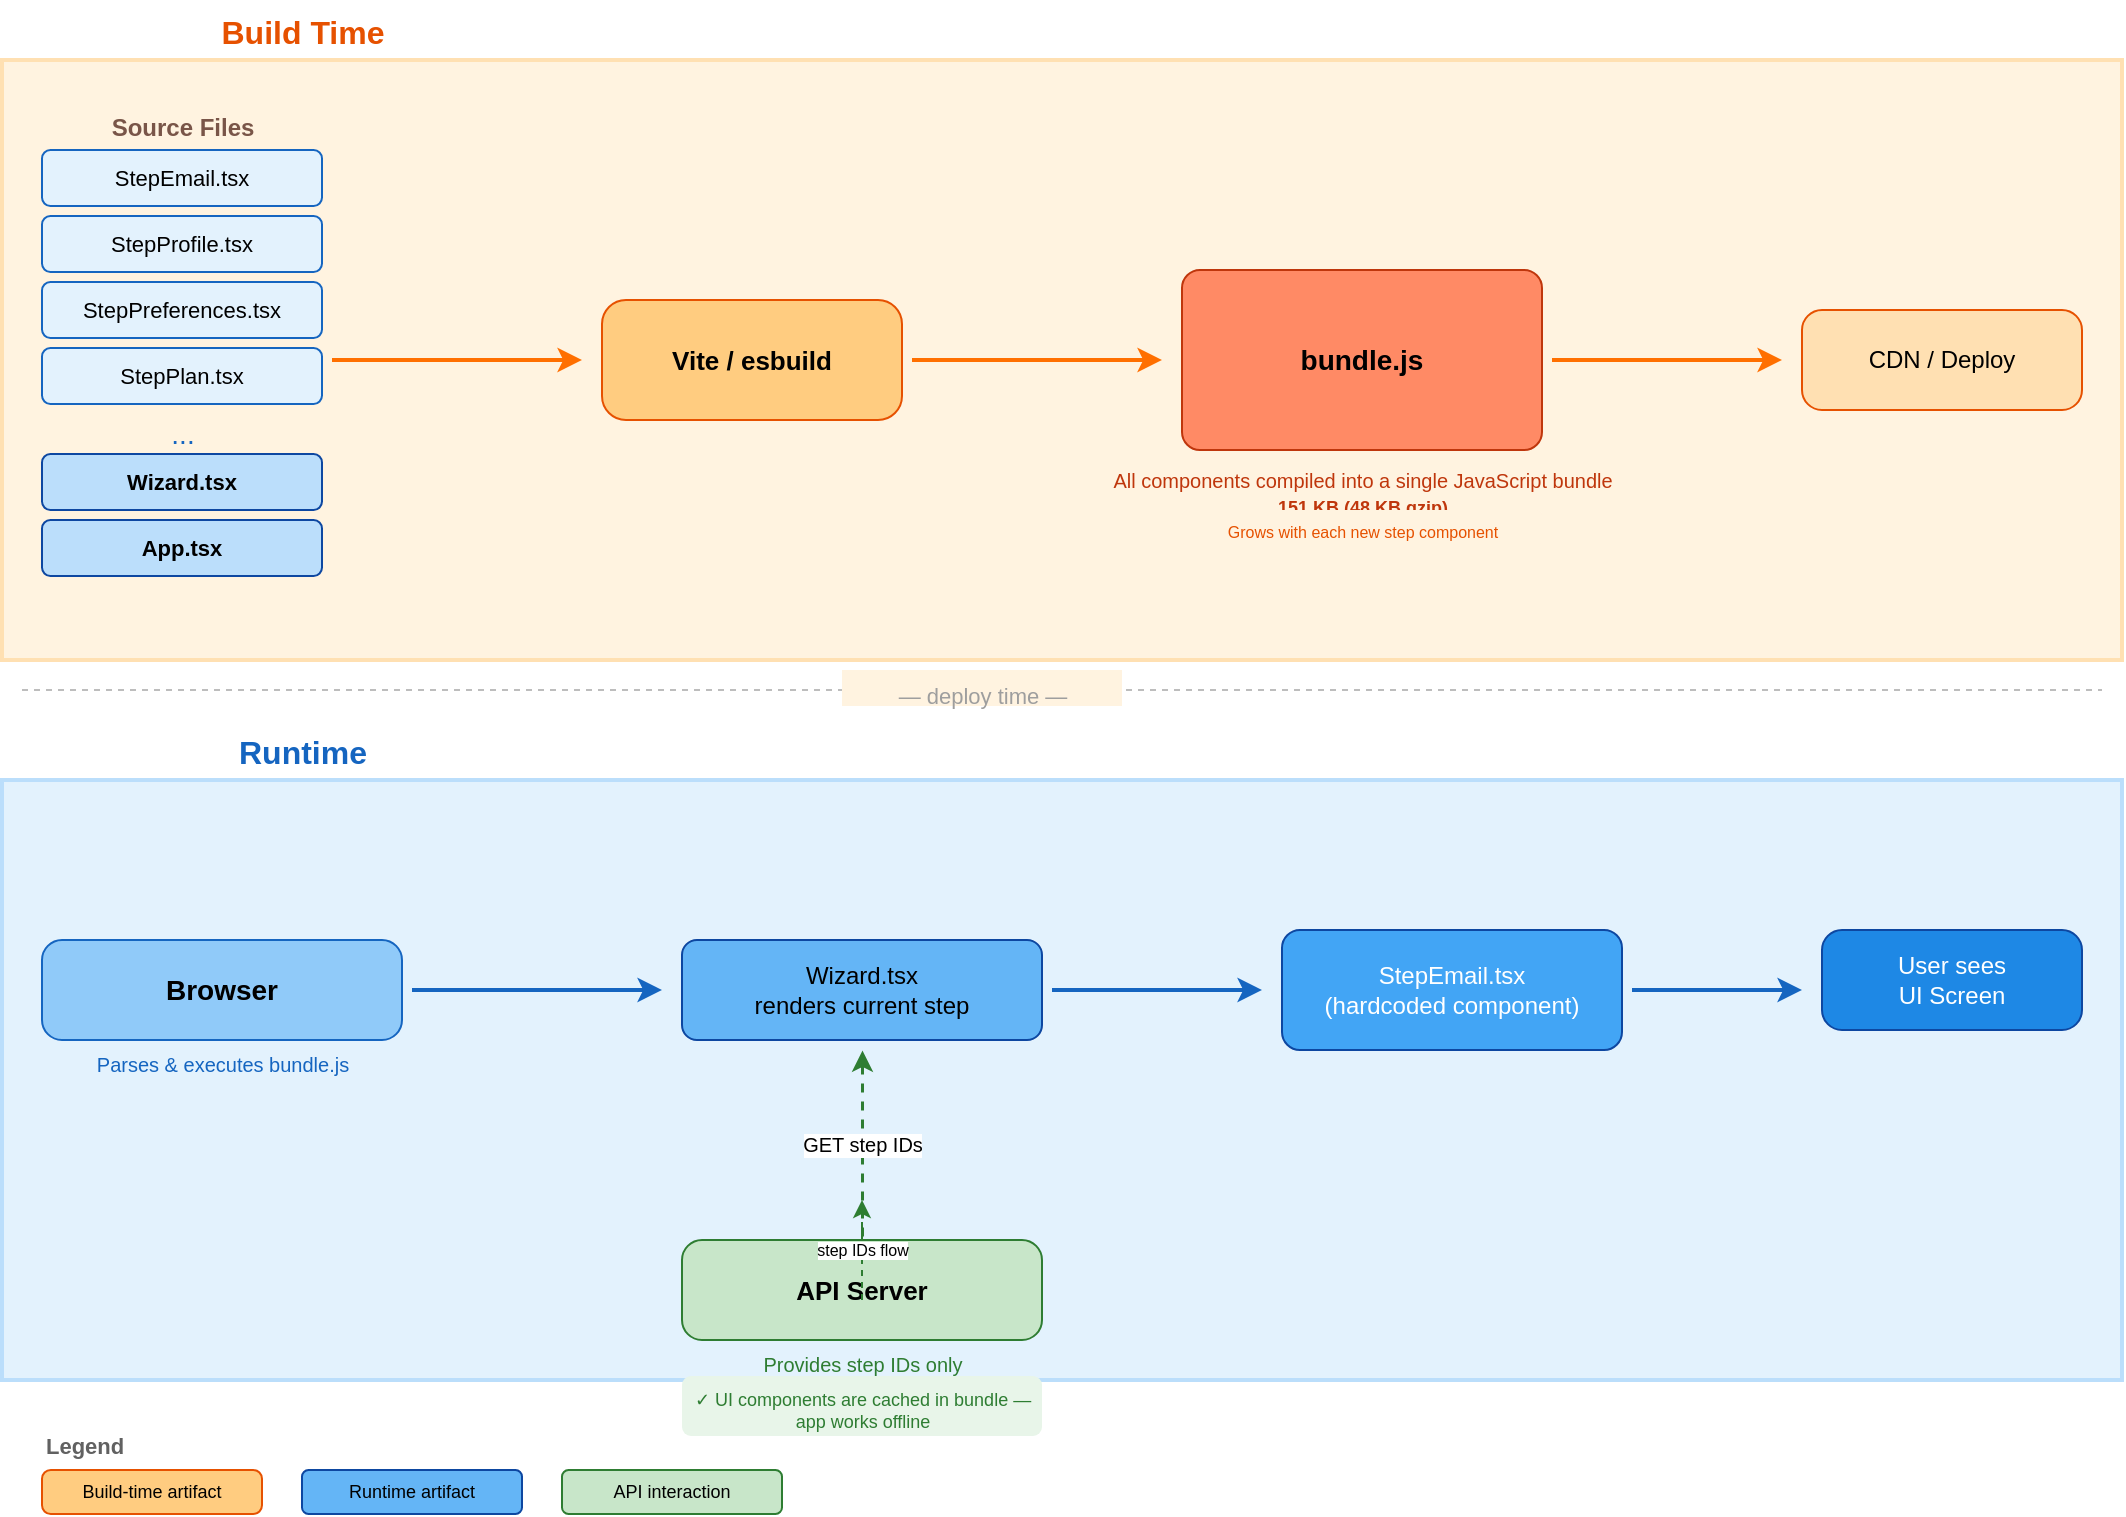
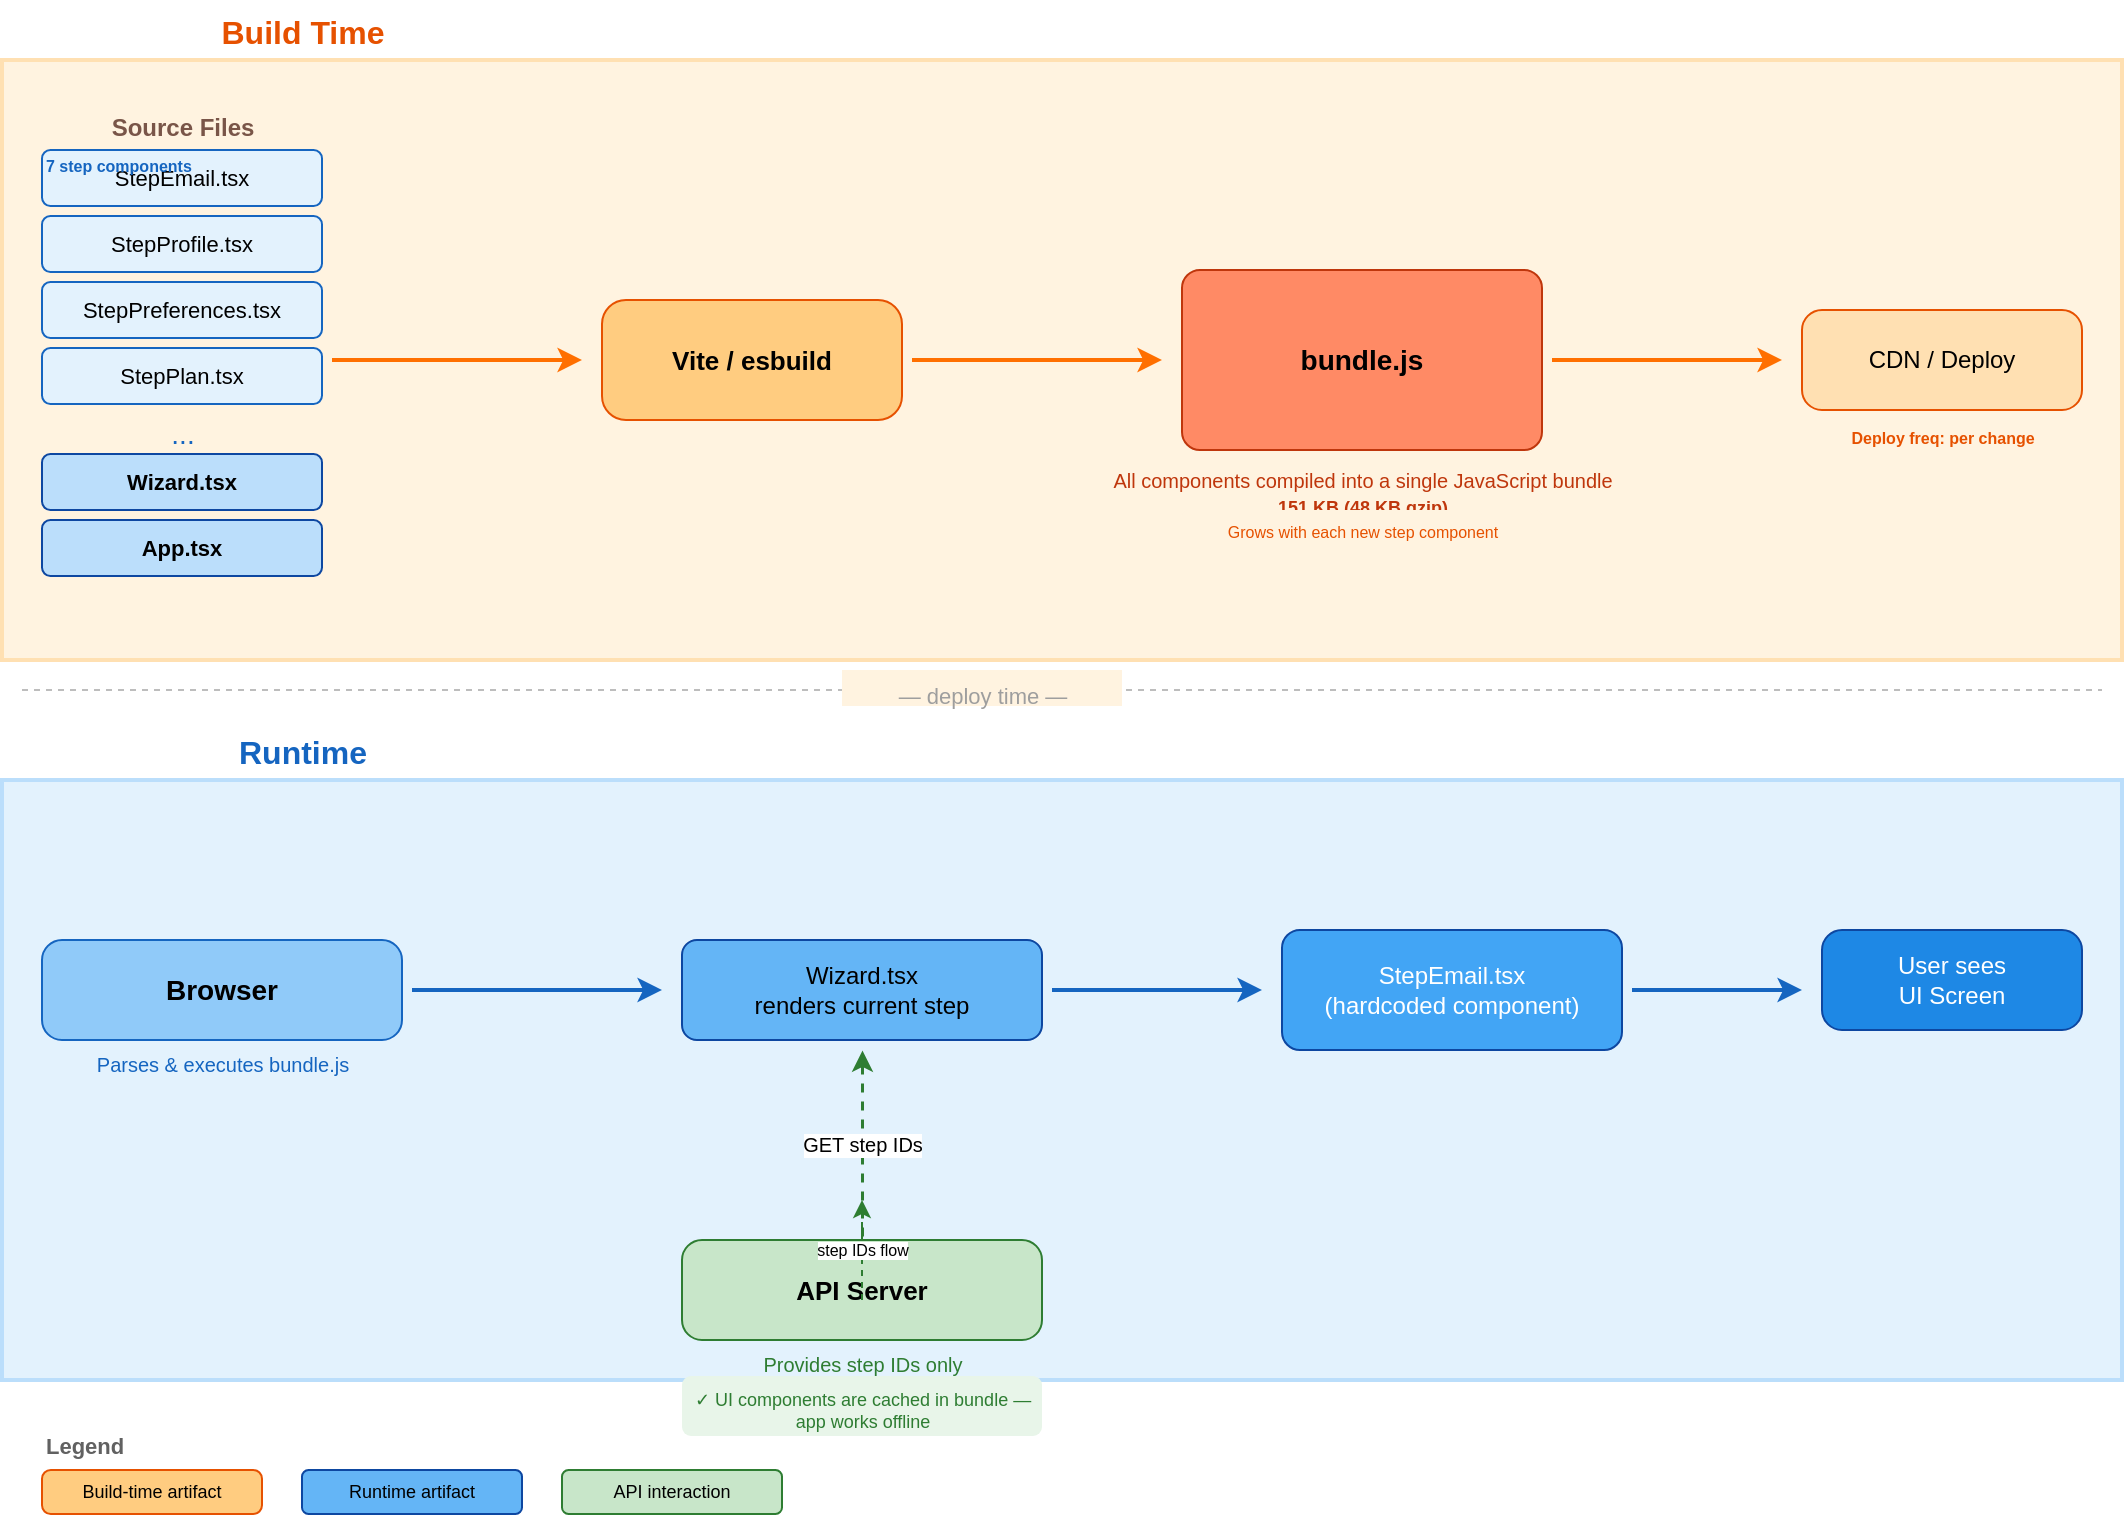
<mxfile host="app.diagrams.net" modified="2026-07-02T09:00:00Z" agent="Mozilla/5.0" version="24.2.5">
  <diagram id="flow" name="Architecture Flow">
    <mxGraphModel dx="0" dy="0" grid="1" gridSize="10" guides="1" tooltips="1" connect="1" arrows="1" fold="1" page="1" pageScale="1" pageWidth="1100" pageHeight="850" math="0" shadow="0">
      <root>
        <mxCell id="0" />
        <mxCell id="1" parent="0" />

        <!-- Section: Build Time -->
        <mxCell id="s-build" value="Build Time" style="text;html=1;strokeColor=none;fillColor=none;align=center;fontSize=16;fontStyle=1;fontColor=#e65100;" vertex="1" parent="1">
          <mxGeometry x="20" y="10" width="300" height="30" as="geometry" />
        </mxCell>

        <mxCell id="bg-build" value="" style="rounded=0;whiteSpace=window;fillColor=#fff3e0;strokeColor=#ffe0b2;strokeWidth=2;fontSize=12;html=1;" vertex="1" parent="1">
          <mxGeometry x="20" y="40" width="1060" height="300" as="geometry" />
        </mxCell>

        <!-- Source files column -->
        <mxCell id="src-label" value="Source Files" style="text;html=1;strokeColor=none;fillColor=none;align=center;fontSize=12;fontColor=#795548;fontStyle=1;" vertex="1" parent="1">
          <mxGeometry x="40" y="60" width="140" height="20" as="geometry" />
        </mxCell>

        <mxCell id="src-step-email" value="StepEmail.tsx" style="rounded=1;whiteSpace=wrap;html=1;fillColor=#e3f2fd;strokeColor=#1565c0;fontSize=11;" vertex="1" parent="1">
          <mxGeometry x="40" y="85" width="140" height="28" as="geometry" />
        </mxCell>

        <mxCell id="src-step-profile" value="StepProfile.tsx" style="rounded=1;whiteSpace=wrap;html=1;fillColor=#e3f2fd;strokeColor=#1565c0;fontSize=11;" vertex="1" parent="1">
          <mxGeometry x="40" y="118" width="140" height="28" as="geometry" />
        </mxCell>

        <mxCell id="src-step-prefs" value="StepPreferences.tsx" style="rounded=1;whiteSpace=wrap;html=1;fillColor=#e3f2fd;strokeColor=#1565c0;fontSize=11;" vertex="1" parent="1">
          <mxGeometry x="40" y="151" width="140" height="28" as="geometry" />
        </mxCell>

        <mxCell id="src-step-plan" value="StepPlan.tsx" style="rounded=1;whiteSpace=wrap;html=1;fillColor=#e3f2fd;strokeColor=#1565c0;fontSize=11;" vertex="1" parent="1">
          <mxGeometry x="40" y="184" width="140" height="28" as="geometry" />
        </mxCell>

        <mxCell id="src-ellipsis" value="..." style="text;html=1;strokeColor=none;fillColor=none;align=center;fontSize=14;fontColor=#1565c0;" vertex="1" parent="1">
          <mxGeometry x="40" y="212" width="140" height="20" as="geometry" />
        </mxCell>

+         <mxCell id="src-count" value="7 step components" style="text;html=1;strokeColor=none;fillColor=none;align=left;fontSize=8;fontColor=#1565c0;fontStyle=1;" vertex="1" parent="1">
+           <mxGeometry x="40" y="82" width="140" height="14" as="geometry" />
+         </mxCell>
+ 
        <mxCell id="src-wizard" value="Wizard.tsx" style="rounded=1;whiteSpace=wrap;html=1;fillColor=#bbdefb;strokeColor=#0d47a1;fontSize=11;fontStyle=1;" vertex="1" parent="1">
          <mxGeometry x="40" y="237" width="140" height="28" as="geometry" />
        </mxCell>

        <mxCell id="src-app" value="App.tsx" style="rounded=1;whiteSpace=wrap;html=1;fillColor=#bbdefb;strokeColor=#0d47a1;fontSize=11;fontStyle=1;" vertex="1" parent="1">
          <mxGeometry x="40" y="270" width="140" height="28" as="geometry" />
        </mxCell>

        <!-- Arrow: source files → build tool -->
        <mxCell id="arrow-src-build" value="" style="edgeStyle=orthogonalEdgeStyle;rounded=0;orthogonalLoop=1;jettySize=auto;html=1;exitX=1;exitY=0.5;entryX=0;entryY=0.5;strokeWidth=2;strokeColor=#ff6f00;" edge="1" parent="1">
          <mxGeometry relative="1" as="geometry">
            <mxPoint x="185" y="190" as="sourcePoint" />
            <mxPoint x="310" y="190" as="targetPoint" />
          </mxGeometry>
        </mxCell>

        <!-- Build tool -->
        <mxCell id="build-tool" value="Vite / esbuild" style="rounded=1;whiteSpace=wrap;html=1;fillColor=#ffcc80;strokeColor=#e65100;fontSize=13;fontStyle=1;arcSize=20;" vertex="1" parent="1">
          <mxGeometry x="320" y="160" width="150" height="60" as="geometry" />
        </mxCell>

        <!-- Arrow: build tool → bundle -->
        <mxCell id="arrow-build-bundle" value="" style="edgeStyle=orthogonalEdgeStyle;rounded=0;orthogonalLoop=1;jettySize=auto;html=1;exitX=1;exitY=0.5;entryX=0;entryY=0.5;strokeWidth=2;strokeColor=#ff6f00;" edge="1" parent="1">
          <mxGeometry relative="1" as="geometry">
            <mxPoint x="475" y="190" as="sourcePoint" />
            <mxPoint x="600" y="190" as="targetPoint" />
          </mxGeometry>
        </mxCell>

        <!-- Bundle -->
        <mxCell id="bundle" value="bundle.js" style="rounded=1;whiteSpace=wrap;html=1;fillColor=#ff8a65;strokeColor=#bf360c;fontSize=14;fontStyle=1;arcSize=10;" vertex="1" parent="1">
          <mxGeometry x="610" y="145" width="180" height="90" as="geometry" />
        </mxCell>

        <mxCell id="bundle-note" value="All components compiled into a single JavaScript bundle" style="text;html=1;strokeColor=none;fillColor=none;align=center;fontSize=10;fontColor=#bf360c;fontStyle=0;" vertex="1" parent="1">
          <mxGeometry x="610" y="238" width="180" height="16" as="geometry" />
        </mxCell>

        <mxCell id="bundle-size" value="151 KB (48 KB gzip)" style="text;html=1;strokeColor=none;fillColor=none;align=center;fontSize=9;fontColor=#bf360c;fontStyle=1;" vertex="1" parent="1">
          <mxGeometry x="610" y="252" width="180" height="14" as="geometry" />
        </mxCell>

        <mxCell id="bundle-scale-note" value="Grows with each new step component" style="text;html=1;strokeColor=none;fillColor=#fff3e0;align=center;fontSize=8;fontColor=#e65100;rounded=1;" vertex="1" parent="1">
          <mxGeometry x="610" y="265" width="180" height="18" as="geometry" />
        </mxCell>

        <!-- Arrow: bundle → deploy -->
        <mxCell id="arrow-bundle-deploy" value="" style="edgeStyle=orthogonalEdgeStyle;rounded=0;orthogonalLoop=1;jettySize=auto;html=1;exitX=1;exitY=0.5;entryX=0;entryY=0.5;strokeWidth=2;strokeColor=#ff6f00;" edge="1" parent="1">
          <mxGeometry relative="1" as="geometry">
            <mxPoint x="795" y="190" as="sourcePoint" />
            <mxPoint x="910" y="190" as="targetPoint" />
          </mxGeometry>
        </mxCell>

        <!-- Deploy -->
        <mxCell id="deploy" value="CDN / Deploy" style="rounded=1;whiteSpace=wrap;html=1;fillColor=#ffe0b2;strokeColor=#e65100;fontSize=12;arcSize=20;" vertex="1" parent="1">
          <mxGeometry x="920" y="165" width="140" height="50" as="geometry" />
+         </mxCell>
+ 
+         <mxCell id="deploy-freq" value="Deploy freq: per change" style="text;html=1;strokeColor=none;fillColor=none;align=center;fontSize=8;fontColor=#e65100;fontStyle=1;" vertex="1" parent="1">
+           <mxGeometry x="920" y="218" width="140" height="14" as="geometry" />
        </mxCell>

        <!-- Divider -->
        <mxCell id="divider-line" value="" style="line;strokeWidth=1;strokeColor=#bdbdbd;dashed=1;html=1;" vertex="1" parent="1">
          <mxGeometry x="30" y="350" width="1040" height="10" as="geometry" />
        </mxCell>

        <mxCell id="divider-label" value="— deploy time —" style="text;html=1;strokeColor=none;fillColor=#fff3e0;align=center;fontSize=11;fontColor=#9e9e9e;" vertex="1" parent="1">
          <mxGeometry x="440" y="345" width="140" height="18" as="geometry" />
        </mxCell>

        <!-- Section: Runtime -->
        <mxCell id="s-runtime" value="Runtime" style="text;html=1;strokeColor=none;fillColor=none;align=center;fontSize=16;fontStyle=1;fontColor=#1565c0;" vertex="1" parent="1">
          <mxGeometry x="20" y="370" width="300" height="30" as="geometry" />
        </mxCell>

        <mxCell id="bg-runtime" value="" style="rounded=0;whiteSpace=window;fillColor=#e3f2fd;strokeColor=#bbdefb;strokeWidth=2;fontSize=12;html=1;" vertex="1" parent="1">
          <mxGeometry x="20" y="400" width="1060" height="300" as="geometry" />
        </mxCell>

        <!-- Browser -->
        <mxCell id="browser" value="Browser" style="rounded=1;whiteSpace=wrap;html=1;fillColor=#90caf9;strokeColor=#1565c0;fontSize=14;fontStyle=1;arcSize=20;" vertex="1" parent="1">
          <mxGeometry x="40" y="480" width="180" height="50" as="geometry" />
        </mxCell>

        <mxCell id="browser-note" value="Parses &amp; executes bundle.js" style="text;html=1;strokeColor=none;fillColor=none;align=center;fontSize=10;fontColor=#1565c0;" vertex="1" parent="1">
          <mxGeometry x="40" y="530" width="180" height="16" as="geometry" />
        </mxCell>

        <!-- Arrow: browser → react renders -->
        <mxCell id="arrow-browser-react" value="" style="edgeStyle=orthogonalEdgeStyle;rounded=0;orthogonalLoop=1;jettySize=auto;html=1;exitX=1;exitY=0.5;entryX=0;entryY=0.5;strokeWidth=2;strokeColor=#1565c0;" edge="1" parent="1">
          <mxGeometry relative="1" as="geometry">
            <mxPoint x="225" y="505" as="sourcePoint" />
            <mxPoint x="350" y="505" as="targetPoint" />
          </mxGeometry>
        </mxCell>

        <!-- React renders step -->
        <mxCell id="react-render" value="Wizard.tsx&#10;renders current step" style="rounded=1;whiteSpace=wrap;html=1;fillColor=#64b5f6;strokeColor=#0d47a1;fontSize=12;" vertex="1" parent="1">
          <mxGeometry x="360" y="480" width="180" height="50" as="geometry" />
        </mxCell>

        <!-- Arrow: render → step component -->
        <mxCell id="arrow-render-step" value="" style="edgeStyle=orthogonalEdgeStyle;rounded=0;orthogonalLoop=1;jettySize=auto;html=1;exitX=1;exitY=0.5;entryX=0;entryY=0.5;strokeWidth=2;strokeColor=#1565c0;" edge="1" parent="1">
          <mxGeometry relative="1" as="geometry">
            <mxPoint x="545" y="505" as="sourcePoint" />
            <mxPoint x="650" y="505" as="targetPoint" />
          </mxGeometry>
        </mxCell>

        <!-- Step component -->
        <mxCell id="step-comp" value="StepEmail.tsx&#10;(hardcoded component)" style="rounded=1;whiteSpace=wrap;html=1;fillColor=#42a5f5;strokeColor=#0d47a1;fontSize=12;fontColor=#ffffff;" vertex="1" parent="1">
          <mxGeometry x="660" y="475" width="170" height="60" as="geometry" />
        </mxCell>

        <!-- Arrow: step → user sees -->
        <mxCell id="arrow-step-screen" value="" style="edgeStyle=orthogonalEdgeStyle;rounded=0;orthogonalLoop=1;jettySize=auto;html=1;exitX=1;exitY=0.5;entryX=0;entryY=0.5;strokeWidth=2;strokeColor=#1565c0;" edge="1" parent="1">
          <mxGeometry relative="1" as="geometry">
            <mxPoint x="835" y="505" as="sourcePoint" />
            <mxPoint x="920" y="505" as="targetPoint" />
          </mxGeometry>
        </mxCell>

        <!-- Screen -->
        <mxCell id="screen" value="User sees&#10;UI Screen" style="rounded=1;whiteSpace=wrap;html=1;fillColor=#1e88e5;strokeColor=#0d47a1;fontSize=12;fontColor=#ffffff;arcSize=20;" vertex="1" parent="1">
          <mxGeometry x="930" y="475" width="130" height="50" as="geometry" />
        </mxCell>

        <!-- API server interaction -->
        <mxCell id="api-server" value="API Server" style="rounded=1;whiteSpace=wrap;html=1;fillColor=#c8e6c9;strokeColor=#2e7d32;fontSize=13;fontStyle=1;arcSize=20;" vertex="1" parent="1">
          <mxGeometry x="360" y="630" width="180" height="50" as="geometry" />
        </mxCell>

        <mxCell id="api-note" value="Provides step IDs only" style="text;html=1;strokeColor=none;fillColor=none;align=center;fontSize=10;fontColor=#2e7d32;" vertex="1" parent="1">
          <mxGeometry x="360" y="680" width="180" height="16" as="geometry" />
        </mxCell>

        <mxCell id="offline-note" value="✓ UI components are cached in bundle —&#10;app works offline" style="text;html=1;strokeColor=none;fillColor=#e8f5e9;align=center;fontSize=9;fontColor=#2e7d32;rounded=1;" vertex="1" parent="1">
          <mxGeometry x="360" y="698" width="180" height="30" as="geometry" />
        </mxCell>

        <mxCell id="dataflow-stepid" value="step IDs flow" style="edgeStyle=orthogonalEdgeStyle;rounded=0;orthogonalLoop=1;jettySize=auto;html=1;exitX=1;exitY=0.5;entryX=0;entryY=0.5;strokeWidth=1;strokeColor=#2e7d32;dashed=1;fontSize=8;" edge="1" parent="1">
          <mxGeometry relative="1" as="geometry">
            <mxPoint x="450" y="660" as="sourcePoint" />
            <mxPoint x="450" y="610" as="targetPoint" />
          </mxGeometry>
        </mxCell>

        <!-- Arrow: API → renderer -->
        <mxCell id="arrow-api-render" value="GET step IDs" style="edgeStyle=orthogonalEdgeStyle;rounded=0;orthogonalLoop=1;jettySize=auto;html=1;exitX=0.5;exitY=0;entryX=0.5;entryY=1;strokeWidth=1.5;strokeColor=#2e7d32;dashed=1;fontSize=10;" edge="1" parent="1">
          <mxGeometry relative="1" as="geometry">
            <mxPoint x="450" y="628" as="sourcePoint" />
            <mxPoint x="450" y="535" as="targetPoint" />
          </mxGeometry>
        </mxCell>

        <!-- Legend -->
        <mxCell id="legend" value="Legend" style="text;html=1;strokeColor=none;fillColor=none;align=left;fontSize=11;fontStyle=1;fontColor=#616161;" vertex="1" parent="1">
          <mxGeometry x="40" y="720" width="60" height="20" as="geometry" />
        </mxCell>

        <mxCell id="legend-bt" value="Build-time artifact" style="rounded=1;whiteSpace=wrap;html=1;fillColor=#ffcc80;strokeColor=#e65100;fontSize=9;arcSize=20;" vertex="1" parent="1">
          <mxGeometry x="40" y="745" width="110" height="22" as="geometry" />
        </mxCell>

        <mxCell id="legend-rt" value="Runtime artifact" style="rounded=1;whiteSpace=wrap;html=1;fillColor=#64b5f6;strokeColor=#0d47a1;fontSize=9;" vertex="1" parent="1">
          <mxGeometry x="170" y="745" width="110" height="22" as="geometry" />
        </mxCell>

        <mxCell id="legend-api" value="API interaction" style="rounded=1;whiteSpace=wrap;html=1;fillColor=#c8e6c9;strokeColor=#2e7d32;fontSize=9;" vertex="1" parent="1">
          <mxGeometry x="300" y="745" width="110" height="22" as="geometry" />
        </mxCell>
      </root>
    </mxGraphModel>
  </diagram>
  <diagram id="components" name="Component Hierarchy">
    <mxGraphModel dx="0" dy="0" grid="1" gridSize="10" guides="1" tooltips="1" connect="1" arrows="1" fold="1" page="1" pageScale="1" pageWidth="1100" pageHeight="850" math="0" shadow="0">
      <root>
        <mxCell id="0" />
        <mxCell id="1" parent="0" />

        <mxCell id="h-title" value="Component Hierarchy — Traditional Bundling" style="text;html=1;strokeColor=none;fillColor=none;align=center;fontSize=16;fontStyle=1;fontColor=#1565c0;" vertex="1" parent="1">
          <mxGeometry x="300" y="20" width="400" height="30" as="geometry" />
        </mxCell>

        <!-- App -->
        <mxCell id="h-app" value="App.tsx" style="rounded=1;whiteSpace=wrap;html=1;fillColor=#bbdefb;strokeColor=#0d47a1;fontSize=12;fontStyle=1;arcSize=20;" vertex="1" parent="1">
          <mxGeometry x="440" y="80" width="120" height="40" as="geometry" />
        </mxCell>

        <!-- WizardProvider -->
        <mxCell id="h-provider" value="WizardProvider&#10;(context / state)" style="rounded=1;whiteSpace=wrap;html=1;fillColor=#90caf9;strokeColor=#1565c0;fontSize=11;" vertex="1" parent="1">
          <mxGeometry x="440" y="160" width="120" height="50" as="geometry" />
        </mxCell>

        <mxCell id="h-edge-app-provider" value="" style="edgeStyle=orthogonalEdgeStyle;rounded=0;orthogonalLoop=1;jettySize=auto;html=1;exitX=0.5;exitY=1;entryX=0.5;entryY=0;strokeWidth=1.5;strokeColor=#1565c0;" edge="1" parent="1">
          <mxGeometry relative="1" as="geometry">
            <mxPoint x="500" y="120" as="sourcePoint" />
            <mxPoint x="500" y="160" as="targetPoint" />
          </mxGeometry>
        </mxCell>

        <!-- Wizard -->
        <mxCell id="h-wizard" value="Wizard.tsx" style="rounded=1;whiteSpace=wrap;html=1;fillColor=#64b5f6;strokeColor=#0d47a1;fontSize=12;fontStyle=1;" vertex="1" parent="1">
          <mxGeometry x="440" y="250" width="120" height="40" as="geometry" />
        </mxCell>

        <mxCell id="h-edge-provider-wizard" value="" style="edgeStyle=orthogonalEdgeStyle;rounded=0;orthogonalLoop=1;jettySize=auto;html=1;exitX=0.5;exitY=1;entryX=0.5;entryY=0;strokeWidth=1.5;strokeColor=#1565c0;" edge="1" parent="1">
          <mxGeometry relative="1" as="geometry">
            <mxPoint x="500" y="210" as="sourcePoint" />
            <mxPoint x="500" y="250" as="targetPoint" />
          </mxGeometry>
        </mxCell>

        <!-- ProgressBar -->
        <mxCell id="h-progress" value="ProgressBar&#10;(step dots)" style="rounded=1;whiteSpace=wrap;html=1;fillColor=#42a5f5;strokeColor=#0d47a1;fontSize=10;" vertex="1" parent="1">
          <mxGeometry x="130" y="340" width="120" height="40" as="geometry" />
        </mxCell>

        <mxCell id="h-edge-wizard-progress" value="" style="edgeStyle=orthogonalEdgeStyle;rounded=0;orthogonalLoop=1;jettySize=auto;html=1;exitX=0.5;exitY=1;entryX=0.5;entryY=0;strokeWidth=1.5;strokeColor=#1565c0;" edge="1" parent="1">
          <mxGeometry relative="1" as="geometry">
            <mxPoint x="460" y="290" as="sourcePoint" />
            <mxPoint x="190" y="340" as="targetPoint" />
          </mxGeometry>
        </mxCell>

        <!-- Step components group label -->
        <mxCell id="h-steps-label" value="Step Components (bundled)" style="text;html=1;strokeColor=none;fillColor=#e3f2fd;align=center;fontSize=11;fontStyle=1;fontColor=#1565c0;rounded=1;" vertex="1" parent="1">
          <mxGeometry x="280" y="330" width="140" height="22" as="geometry" />
        </mxCell>

        <mxCell id="h-steps-bg" value="" style="rounded=1;whiteSpace=window;fillColor=#e3f2fd;strokeColor=#bbdefb;strokeWidth=1;fontSize=12;html=1;dashed=1;" vertex="1" parent="1">
          <mxGeometry x="280" y="355" width="540" height="240" as="geometry" />
        </mxCell>

        <!-- StepEmail -->
        <mxCell id="h-step-email" value="StepEmail.tsx" style="rounded=1;whiteSpace=wrap;html=1;fillColor=#42a5f5;strokeColor=#1565c0;fontSize=10;fontColor=#ffffff;" vertex="1" parent="1">
          <mxGeometry x="300" y="370" width="150" height="30" as="geometry" />
        </mxCell>

        <!-- StepProfile -->
        <mxCell id="h-step-profile" value="StepProfile.tsx" style="rounded=1;whiteSpace=wrap;html=1;fillColor=#42a5f5;strokeColor=#1565c0;fontSize=10;fontColor=#ffffff;" vertex="1" parent="1">
          <mxGeometry x="300" y="410" width="150" height="30" as="geometry" />
        </mxCell>

        <!-- StepPreferences -->
        <mxCell id="h-step-prefs" value="StepPreferences.tsx" style="rounded=1;whiteSpace=wrap;html=1;fillColor=#42a5f5;strokeColor=#1565c0;fontSize=10;fontColor=#ffffff;" vertex="1" parent="1">
          <mxGeometry x="300" y="450" width="150" height="30" as="geometry" />
        </mxCell>

        <!-- StepPlan -->
        <mxCell id="h-step-plan" value="StepPlan.tsx" style="rounded=1;whiteSpace=wrap;html=1;fillColor=#42a5f5;strokeColor=#1565c0;fontSize=10;fontColor=#ffffff;" vertex="1" parent="1">
          <mxGeometry x="300" y="490" width="150" height="30" as="geometry" />
        </mxCell>

        <!-- StepBilling -->
        <mxCell id="h-step-billing" value="StepBilling.tsx (conditional)" style="rounded=1;whiteSpace=wrap;html=1;fillColor=#ef9a9a;strokeColor=#c62828;fontSize=10;fontColor=#ffffff;" vertex="1" parent="1">
          <mxGeometry x="480" y="370" width="170" height="30" as="geometry" />
        </mxCell>

        <!-- StepReview -->
        <mxCell id="h-step-review" value="StepReview.tsx" style="rounded=1;whiteSpace=wrap;html=1;fillColor=#42a5f5;strokeColor=#1565c0;fontSize=10;fontColor=#ffffff;" vertex="1" parent="1">
          <mxGeometry x="480" y="410" width="150" height="30" as="geometry" />
        </mxCell>

        <!-- StepConfirmation -->
        <mxCell id="h-step-confirm" value="StepConfirmation.tsx" style="rounded=1;whiteSpace=wrap;html=1;fillColor=#66bb6a;strokeColor=#2e7d32;fontSize=10;fontColor=#ffffff;" vertex="1" parent="1">
          <mxGeometry x="480" y="450" width="170" height="30" as="geometry" />
        </mxCell>

        <!-- Arrow from wizard to step group -->
        <mxCell id="h-edge-wizard-steps" value="switch(stepId)" style="edgeStyle=orthogonalEdgeStyle;rounded=0;orthogonalLoop=1;jettySize=auto;html=1;exitX=0.5;exitY=1;entryX=0.5;entryY=0;strokeWidth=1.5;strokeColor=#1565c0;fontSize=9;" edge="1" parent="1">
          <mxGeometry relative="1" as="geometry">
            <mxPoint x="440" y="290" as="sourcePoint" />
            <mxPoint x="550" y="355" as="targetPoint" />
          </mxGeometry>
        </mxCell>

        <!-- Note about sequential steps -->
        <mxCell id="h-sequential-note" value="Steps rendered in&#10;hardcoded sequence.&#10;Changing order = deploy." style="text;html=1;strokeColor=none;fillColor=#fff3e0;align=center;fontSize=9;fontColor=#e65100;rounded=1;" vertex="1" parent="1">
          <mxGeometry x="680" y="375" width="150" height="50" as="geometry" />
        </mxCell>

        <!-- Note about conditional -->
        <mxCell id="h-conditional-note" value="Billing step only shown&#10;when plan === &quot;pro&quot;" style="text;html=1;strokeColor=none;fillColor=none;align=left;fontSize=9;fontColor=#c62828;fontStyle=0;" vertex="1" parent="1">
          <mxGeometry x="480" y="495" width="170" height="30" as="geometry" />
        </mxCell>

        <!-- API note -->
        <mxCell id="h-api-note" value="API provides step IDs only.&#10;Client maps ID → component." style="text;html=1;strokeColor=none;fillColor=#e8f5e9;align=center;fontSize=9;fontColor=#2e7d32;rounded=1;" vertex="1" parent="1">
          <mxGeometry x="680" y="440" width="150" height="40" as="geometry" />
        </mxCell>

        <!-- Legend -->
        <mxCell id="h-legend" value="Legend" style="text;html=1;strokeColor=none;fillColor=none;align=left;fontSize=11;fontStyle=1;fontColor=#616161;" vertex="1" parent="1">
          <mxGeometry x="40" y="650" width="60" height="20" as="geometry" />
        </mxCell>

        <mxCell id="h-leg-wrapper" value="Container / layout" style="rounded=1;whiteSpace=wrap;html=1;fillColor=#90caf9;strokeColor=#1565c0;fontSize=9;" vertex="1" parent="1">
          <mxGeometry x="40" y="675" width="120" height="22" as="geometry" />
        </mxCell>
        <mxCell id="h-leg-step" value="Step component" style="rounded=1;whiteSpace=wrap;html=1;fillColor=#42a5f5;strokeColor=#1565c0;fontSize=9;fontColor=#ffffff;" vertex="1" parent="1">
          <mxGeometry x="180" y="675" width="120" height="22" as="geometry" />
        </mxCell>
        <mxCell id="h-leg-cond" value="Conditional" style="rounded=1;whiteSpace=wrap;html=1;fillColor=#ef9a9a;strokeColor=#c62828;fontSize=9;fontColor=#ffffff;" vertex="1" parent="1">
          <mxGeometry x="320" y="675" width="120" height="22" as="geometry" />
        </mxCell>
        <mxCell id="h-leg-final" value="Final / terminal" style="rounded=1;whiteSpace=wrap;html=1;fillColor=#66bb6a;strokeColor=#2e7d32;fontSize=9;fontColor=#ffffff;" vertex="1" parent="1">
          <mxGeometry x="460" y="675" width="120" height="22" as="geometry" />
        </mxCell>
      </root>
    </mxGraphModel>
  </diagram>
</mxfile>
